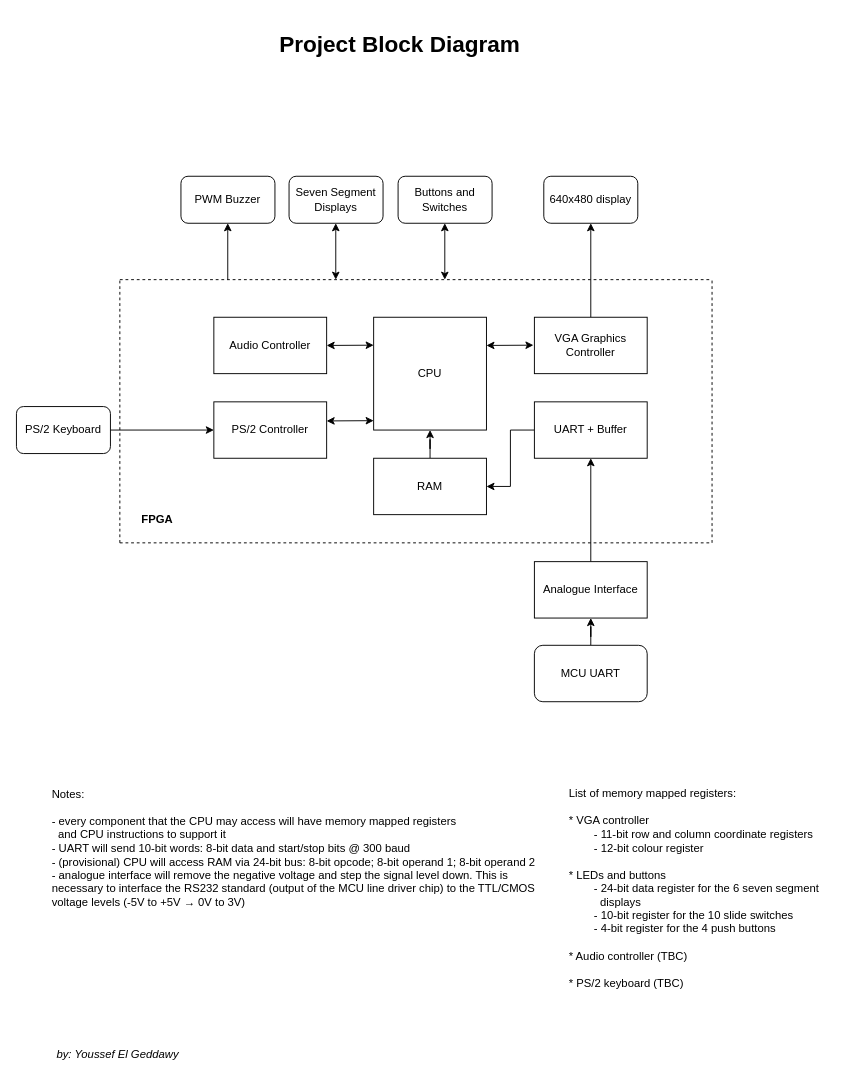
yismailsaadelgedawy/PROJ300 keeps this draw.io diagram as Block Diagram.drawio. Above is the earlier version. Source tidied: cells renumbered, new cells numbered last; positions are measured from the earlier drawing's top-left corner, leaving out a move shared by most shapes. Both pictures are drawn from the tidied source at 94%, with x=0, y=0 at pixel (16, 25).
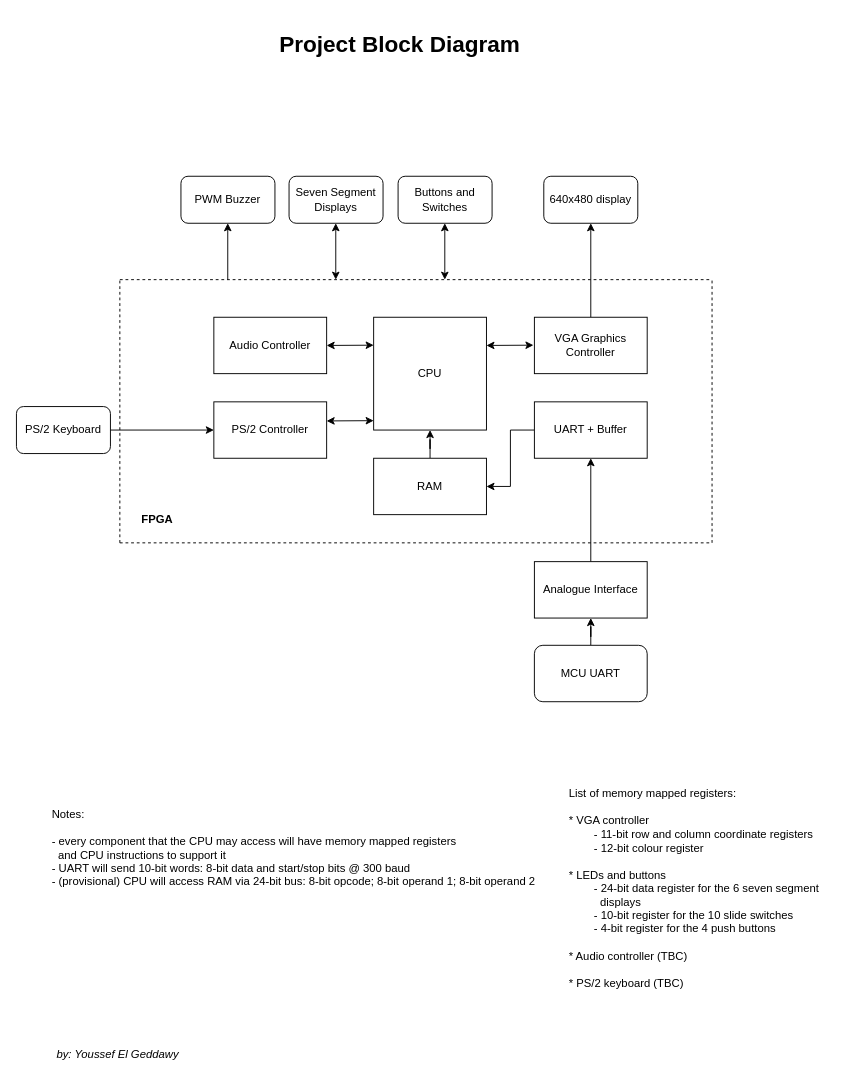
The same page after the edit.

Diff of the diagram source:
```diff
@@
-    <mxCell id="28" value="&lt;div&gt;Notes:&lt;/div&gt;&lt;div&gt;&lt;br&gt;&lt;/div&gt;&lt;div&gt;- every component that the CPU may access will have memory mapped registers&lt;/div&gt;&lt;div&gt;&amp;nbsp; and CPU instructions to support it&lt;/div&gt;&lt;div&gt;- UART will send 10-bit words: 8-bit data and start/stop bits @ 300 baud&lt;/div&gt;&lt;div&gt;- (provisional) CPU will access RAM via 24-bit bus: 8-bit opcode; 8-bit operand 1; 8-bit operand 2&lt;/div&gt;&lt;div&gt;- analogue interface will remove the negative voltage and step the signal level down. This is necessary to interface the RS232 standard (output of the MCU line driver chip) to the TTL/CMOS voltage levels (-5V to +5V → 0V to 3V)&lt;/div&gt;" style="text;html=1;strokeColor=none;fillColor=none;align=left;verticalAlign=middle;whiteSpace=wrap;rounded=0;" parent="1" vertex="1">
+    <mxCell id="28" value="&lt;div&gt;Notes:&lt;/div&gt;&lt;div&gt;&lt;br&gt;&lt;/div&gt;&lt;div&gt;- every component that the CPU may access will have memory mapped registers&lt;/div&gt;&lt;div&gt;&amp;nbsp; and CPU instructions to support it&lt;/div&gt;&lt;div&gt;- UART will send 10-bit words: 8-bit data and start/stop bits @ 300 baud&lt;/div&gt;&lt;div&gt;- (provisional) CPU will access RAM via 24-bit bus: 8-bit opcode; 8-bit operand 1; 8-bit operand 2&lt;/div&gt;" style="text;html=1;strokeColor=none;fillColor=none;align=left;verticalAlign=middle;whiteSpace=wrap;rounded=0;" parent="1" vertex="1">
       <mxGeometry x="36" y="860" width="530" height="30" as="geometry" />
     </mxCell>
```
